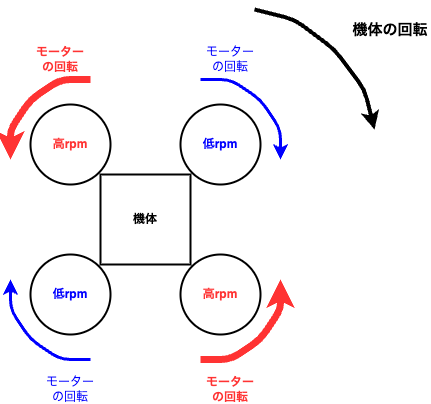
NOKOLat/2026_Multicopter_Lecture keeps this draw.io diagram as images/fig4.drawio.png. Above is the earlier version. Source tidied: cells renumbered, new cells last; positions are measured from the earlier drawing's top-left corner, leaving out a move shared by most shapes. The source it was exported from:
```xml
<mxGraphModel>
  <root>
    <mxCell id="0" />
    <mxCell id="1" parent="0" />
    <mxCell id="2" style="ellipse;whiteSpace=wrap;html=1;fillColor=#FFFFFF;strokeWidth=2;" parent="1" vertex="1">
      <mxGeometry x="20" y="95" width="80" height="80" as="geometry" />
    </mxCell>
    <mxCell id="3" style="ellipse;whiteSpace=wrap;html=1;fillColor=#FFFFFF;strokeWidth=2;" parent="1" vertex="1">
      <mxGeometry x="20" y="245" width="80" height="80" as="geometry" />
    </mxCell>
    <mxCell id="4" style="ellipse;whiteSpace=wrap;html=1;fillColor=#FFFFFF;strokeWidth=2;" parent="1" vertex="1">
      <mxGeometry x="170" y="95" width="80" height="80" as="geometry" />
    </mxCell>
    <mxCell id="5" style="ellipse;whiteSpace=wrap;html=1;fillColor=#FFFFFF;strokeWidth=2;strokeColor=#000000;" parent="1" vertex="1">
      <mxGeometry x="170" y="245" width="80" height="80" as="geometry" />
    </mxCell>
    <mxCell id="6" value="&lt;font style=&quot;color: rgb(255, 51, 51);&quot;&gt;高rpm&lt;/font&gt;" style="text;strokeColor=none;align=center;fillColor=none;html=1;verticalAlign=middle;whiteSpace=wrap;rounded=0;fontStyle=1;" parent="1" vertex="1">
      <mxGeometry x="30" y="120" width="60" height="30" as="geometry" />
    </mxCell>
    <mxCell id="7" value="&lt;font style=&quot;color: rgb(0, 0, 255);&quot;&gt;低rpm&lt;/font&gt;" style="text;strokeColor=none;align=center;fillColor=none;html=1;verticalAlign=middle;whiteSpace=wrap;rounded=0;fontStyle=1;" parent="1" vertex="1">
      <mxGeometry x="180" y="120" width="60" height="30" as="geometry" />
    </mxCell>
    <mxCell id="8" value="&lt;font style=&quot;color: rgb(0, 0, 255);&quot;&gt;低rpm&lt;/font&gt;" style="text;strokeColor=none;align=center;fillColor=none;html=1;verticalAlign=middle;whiteSpace=wrap;rounded=0;fontStyle=1;" parent="1" vertex="1">
      <mxGeometry x="30" y="270" width="60" height="30" as="geometry" />
    </mxCell>
    <mxCell id="9" value="&lt;font style=&quot;color: rgb(255, 51, 51);&quot;&gt;高rpm&lt;/font&gt;" style="text;strokeColor=none;align=center;fillColor=none;html=1;verticalAlign=middle;whiteSpace=wrap;rounded=0;fontStyle=1;" parent="1" vertex="1">
      <mxGeometry x="180" y="270" width="60" height="30" as="geometry" />
    </mxCell>
    <mxCell id="10" style="rounded=0;whiteSpace=wrap;html=1;strokeWidth=2;" parent="1" vertex="1">
      <mxGeometry x="90" y="165" width="90" height="90" as="geometry" />
    </mxCell>
    <mxCell id="11" value="機体" style="text;strokeColor=none;align=center;fillColor=none;html=1;verticalAlign=middle;whiteSpace=wrap;rounded=0;fontStyle=1;" parent="1" vertex="1">
      <mxGeometry x="105" y="195" width="60" height="30" as="geometry" />
    </mxCell>
    <mxCell id="12" style="edgeStyle=none;orthogonalLoop=1;jettySize=auto;html=1;strokeWidth=4;" parent="1" edge="1">
      <mxGeometry relative="1" as="geometry">
        <mxPoint x="244" as="sourcePoint" />
        <mxPoint x="364" y="120" as="targetPoint" />
        <Array as="points">
          <mxPoint x="284" y="10" />
          <mxPoint x="324" y="40" />
          <mxPoint x="354" y="80" />
        </Array>
      </mxGeometry>
    </mxCell>
    <mxCell id="13" style="edgeStyle=none;orthogonalLoop=1;jettySize=auto;html=1;strokeWidth=7;strokeColor=#FF3333;" parent="1" edge="1">
      <mxGeometry relative="1" as="geometry">
        <mxPoint x="80" y="70" as="sourcePoint" />
        <mxPoint y="150" as="targetPoint" />
        <Array as="points">
          <mxPoint x="50" y="70" />
          <mxPoint x="20" y="90" />
          <mxPoint y="120" />
        </Array>
      </mxGeometry>
    </mxCell>
    <mxCell id="14" style="edgeStyle=none;orthogonalLoop=1;jettySize=auto;html=1;strokeWidth=3;strokeColor=#0000FF;" parent="1" edge="1">
      <mxGeometry relative="1" as="geometry">
        <mxPoint x="80" y="350" as="sourcePoint" />
        <mxPoint y="270" as="targetPoint" />
        <Array as="points">
          <mxPoint x="50" y="350" />
          <mxPoint x="20" y="330" />
          <mxPoint y="300" />
        </Array>
      </mxGeometry>
    </mxCell>
    <mxCell id="15" style="edgeStyle=none;orthogonalLoop=1;jettySize=auto;html=1;strokeWidth=3;strokeColor=#0000FF;" parent="1" edge="1">
      <mxGeometry relative="1" as="geometry">
        <mxPoint x="190" y="70" as="sourcePoint" />
        <mxPoint x="270" y="150" as="targetPoint" />
        <Array as="points">
          <mxPoint x="220" y="70" />
          <mxPoint x="250" y="90" />
          <mxPoint x="270" y="120" />
        </Array>
      </mxGeometry>
    </mxCell>
    <mxCell id="16" style="edgeStyle=none;orthogonalLoop=1;jettySize=auto;html=1;strokeWidth=7;strokeColor=#FF3333;" parent="1" edge="1">
      <mxGeometry relative="1" as="geometry">
        <mxPoint x="190" y="350" as="sourcePoint" />
        <mxPoint x="270" y="270" as="targetPoint" />
        <Array as="points">
          <mxPoint x="220" y="350" />
          <mxPoint x="250" y="330" />
          <mxPoint x="270" y="300" />
        </Array>
      </mxGeometry>
    </mxCell>
    <mxCell id="17" value="モーターの回転" style="text;strokeColor=none;align=center;fillColor=none;html=1;verticalAlign=middle;whiteSpace=wrap;rounded=0;fontColor=#FF3333;fontStyle=1;" parent="1" vertex="1">
      <mxGeometry x="20" y="35" width="60" height="30" as="geometry" />
    </mxCell>
    <mxCell id="18" value="&lt;font style=&quot;color: rgb(0, 0, 255);&quot;&gt;モーターの回転&lt;/font&gt;" style="text;strokeColor=none;align=center;fillColor=none;html=1;verticalAlign=middle;whiteSpace=wrap;rounded=0;fontColor=#FF3333;" parent="1" vertex="1">
      <mxGeometry x="30" y="365" width="60" height="30" as="geometry" />
    </mxCell>
    <mxCell id="19" value="モーターの回転" style="text;strokeColor=none;align=center;fillColor=none;html=1;verticalAlign=middle;whiteSpace=wrap;rounded=0;fontColor=#FF3333;fontStyle=1;" parent="1" vertex="1">
      <mxGeometry x="190" y="365" width="60" height="30" as="geometry" />
    </mxCell>
    <mxCell id="20" value="&lt;font style=&quot;color: rgb(0, 0, 255);&quot;&gt;モーターの回転&lt;/font&gt;" style="text;strokeColor=none;align=center;fillColor=none;html=1;verticalAlign=middle;whiteSpace=wrap;rounded=0;fontColor=#FF3333;" parent="1" vertex="1">
      <mxGeometry x="190" y="35" width="60" height="30" as="geometry" />
    </mxCell>
    <mxCell id="21" value="機体の回転" style="text;strokeColor=none;align=center;fillColor=none;html=1;verticalAlign=middle;whiteSpace=wrap;rounded=0;fontSize=15;fontStyle=1;" parent="1" vertex="1">
      <mxGeometry x="340" y="5" width="80" height="30" as="geometry" />
    </mxCell>
  </root>
</mxGraphModel>
```
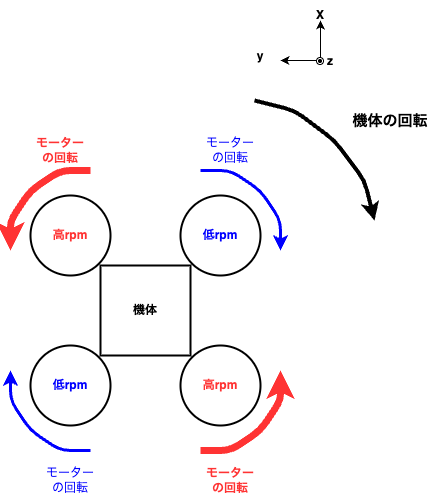
Later version of the same file.

Commit message:
yaw回転の図に、座標軸を追加

Diff of the diagram source:
```diff
@@ -102,5 +102,35 @@
     <mxCell id="21" value="機体の回転" style="text;strokeColor=none;align=center;fillColor=none;html=1;verticalAlign=middle;whiteSpace=wrap;rounded=0;fontSize=15;fontStyle=1;" parent="1" vertex="1">
       <mxGeometry x="340" y="5" width="80" height="30" as="geometry" />
     </mxCell>
+    <mxCell id="22" style="edgeStyle=none;orthogonalLoop=1;jettySize=auto;html=1;" parent="1" edge="1">
+      <mxGeometry relative="1" as="geometry">
+        <mxPoint x="310" y="-40" as="sourcePoint" />
+        <mxPoint x="310" y="-80" as="targetPoint" />
+      </mxGeometry>
+    </mxCell>
+    <mxCell id="23" style="edgeStyle=none;orthogonalLoop=1;jettySize=auto;html=1;" parent="1" edge="1">
+      <mxGeometry relative="1" as="geometry">
+        <mxPoint x="310" y="-40" as="sourcePoint" />
+        <mxPoint x="270" y="-40" as="targetPoint" />
+      </mxGeometry>
+    </mxCell>
+    <mxCell id="24" style="ellipse;whiteSpace=wrap;html=1;strokeWidth=0.3;" parent="1" vertex="1">
+      <mxGeometry x="-80" y="-140" as="geometry" />
+    </mxCell>
+    <mxCell id="25" style="ellipse;whiteSpace=wrap;html=1;" parent="1" vertex="1">
+      <mxGeometry x="306" y="-43" width="7" height="7" as="geometry" />
+    </mxCell>
+    <mxCell id="26" style="shape=waypoint;sketch=0;fillStyle=solid;size=6;fillColor=none;perimeter=centerPerimeter;strokeWidth=0;" parent="1" vertex="1">
+      <mxGeometry x="299.5" y="-49.5" width="20" height="20" as="geometry" />
+    </mxCell>
+    <mxCell id="27" value="&lt;b&gt;&lt;font&gt;X&lt;/font&gt;&lt;/b&gt;" style="text;strokeColor=none;align=center;fillColor=none;html=1;verticalAlign=middle;whiteSpace=wrap;rounded=0;" parent="1" vertex="1">
+      <mxGeometry x="279.5" y="-100" width="60" height="30" as="geometry" />
+    </mxCell>
+    <mxCell id="28" value="&lt;b&gt;y&lt;/b&gt;" style="text;strokeColor=none;align=center;fillColor=none;html=1;verticalAlign=middle;whiteSpace=wrap;rounded=0;" parent="1" vertex="1">
+      <mxGeometry x="219.5" y="-59.5" width="60" height="30" as="geometry" />
+    </mxCell>
+    <mxCell id="29" value="&lt;b&gt;z&lt;/b&gt;" style="text;strokeColor=none;align=center;fillColor=none;html=1;verticalAlign=middle;whiteSpace=wrap;rounded=0;" parent="1" vertex="1">
+      <mxGeometry x="290" y="-54.5" width="60" height="30" as="geometry" />
+    </mxCell>
   </root>
 </mxGraphModel>
```
